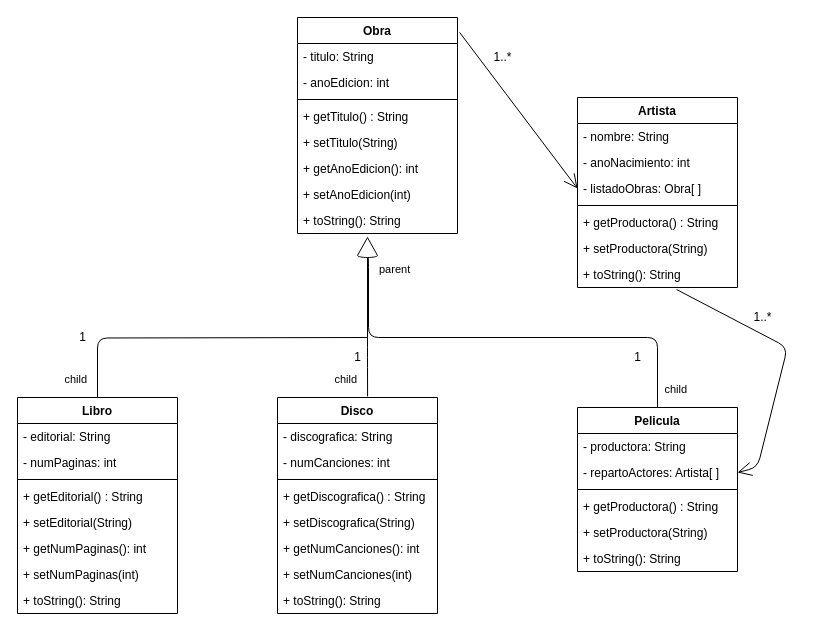
Before: uml/obra.drawio in javierpb275/lenguaje-marcas, a draw.io diagram. Source tidied: cells renumbered, new cells numbered last; positions are measured from the earlier drawing's top-left corner, leaving out a move shared by most shapes. Both pictures are drawn from the tidied source at 100%, with x=0, y=0 at pixel (17, 17).
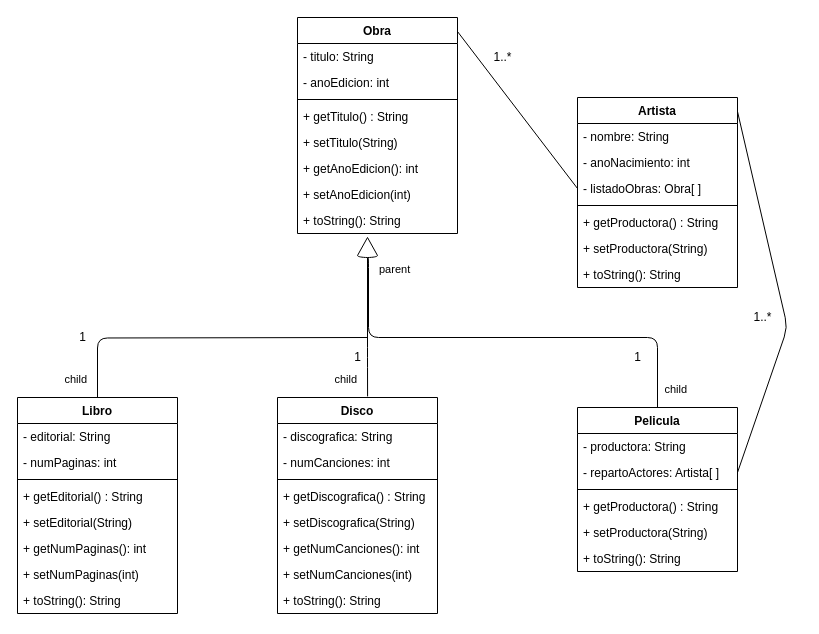
After the change.

The change refers to these unchanged cells:
```xml
<mxCell id="2" value="Obra" style="swimlane;fontStyle=1;align=center;verticalAlign=top;horizontal=1;startSize=26;" parent="1" vertex="1">
  <mxGeometry x="280" width="160" height="216" as="geometry" />
</mxCell>
<mxCell id="31" value="- repartoActores: Artista[ ]" style="text;strokeColor=none;fillColor=none;align=left;verticalAlign=top;spacingLeft=4;spacingRight=4;overflow=hidden;points=[[0,0.5],[1,0.5]];portConstraint=eastwest;" parent="29" vertex="1">
  <mxGeometry y="52" width="160" height="26" as="geometry" />
</mxCell>
<mxCell id="36" value="Artista" style="swimlane;fontStyle=1;align=center;verticalAlign=top;horizontal=1;startSize=26;" parent="1" vertex="1">
  <mxGeometry x="560" y="80" width="160" height="190" as="geometry" />
</mxCell>
<mxCell id="39" value="- listadoObras: Obra[ ]" style="text;strokeColor=none;fillColor=none;align=left;verticalAlign=top;spacingLeft=4;spacingRight=4;overflow=hidden;points=[[0,0.5],[1,0.5]];portConstraint=eastwest;" parent="36" vertex="1">
  <mxGeometry y="78" width="160" height="26" as="geometry" />
</mxCell>
<mxCell id="43" value="+ toString(): String" style="text;strokeColor=none;fillColor=none;align=left;verticalAlign=top;spacingLeft=4;spacingRight=4;overflow=hidden;points=[[0,0.5],[1,0.5]];portConstraint=eastwest;" parent="36" vertex="1">
  <mxGeometry y="164" width="160" height="26" as="geometry" />
</mxCell>
```

Diff of the diagram source:
```diff
@@
-    <mxCell id="51" style="endArrow=open;endFill=1;endSize=12;html=1;exitX=1.013;exitY=0.069;exitDx=0;exitDy=0;entryX=0;entryY=0.5;entryDx=0;entryDy=0;exitPerimeter=0;" parent="1" edge="1" source="2" target="39">
-      <mxGeometry relative="1" as="geometry" />
-    </mxCell>
-    <mxCell id="52" style="endArrow=open;endFill=1;endSize=12;html=1;exitX=0.619;exitY=1.077;exitDx=0;exitDy=0;exitPerimeter=0;entryX=1;entryY=0.5;entryDx=0;entryDy=0;" parent="1" edge="1" source="43" target="31">
-      <mxGeometry relative="1" as="geometry">
-        <Array as="points">
-          <mxPoint x="770" y="330" />
-          <mxPoint x="740" y="450" />
-        </Array>
-      </mxGeometry>
-    </mxCell>
@@
+    <mxCell id="59" style="endArrow=none;html=1;entryX=1;entryY=0.065;entryDx=0;entryDy=0;entryPerimeter=0;exitX=0;exitY=0.5;exitDx=0;exitDy=0;" parent="1" edge="1" source="39" target="2">
+      <mxGeometry relative="1" as="geometry" />
+    </mxCell>
+    <mxCell id="60" style="endArrow=none;html=1;entryX=1;entryY=0.074;entryDx=0;entryDy=0;entryPerimeter=0;exitX=1;exitY=0.5;exitDx=0;exitDy=0;" parent="1" edge="1" source="31" target="36">
+      <mxGeometry relative="1" as="geometry">
+        <Array as="points">
+          <mxPoint x="770" y="310" />
+        </Array>
+      </mxGeometry>
+    </mxCell>
```
